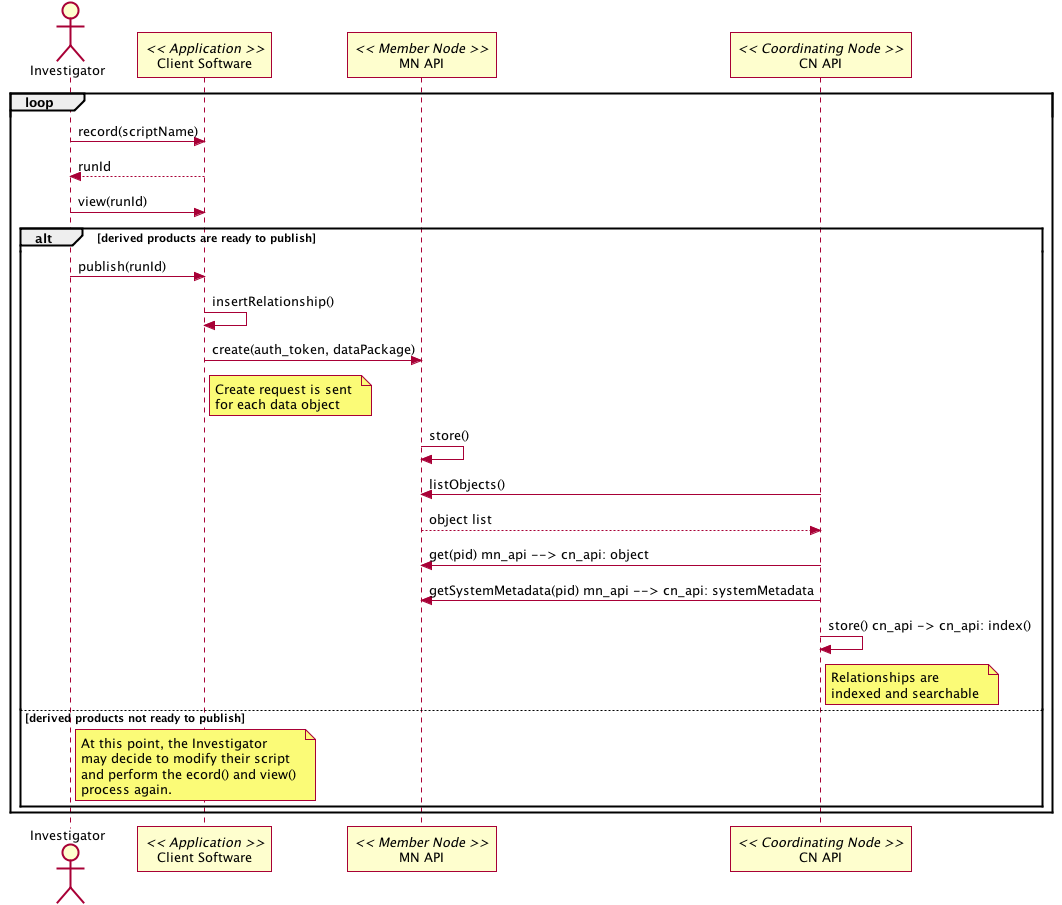
Earlier version of the PlantUML export docs/use-cases/provenance/images/41_seq.png (DataONEorg/sem-prov-design).
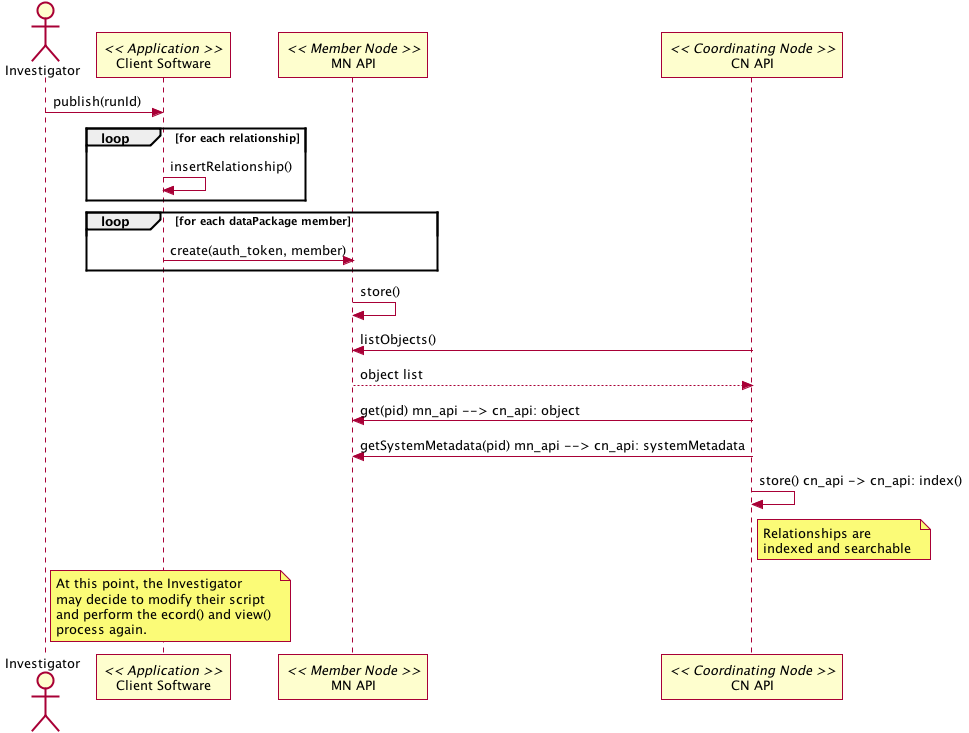
After the commit.

Commit message:
Update the UC 41 sequence diagram to reflect the publishing focus of the use case.

Change to the diagram source:
```diff
@@ -3,18 +3,13 @@
     participant "Client Software" as app_client << Application >>
     participant "MN API" as mn_api << Member Node >>
     participant "CN API" as cn_api << Coordinating Node >>
-    loop
-    Investigator -> app_client: record(scriptName)
-    app_client --> Investigator: runId
-    Investigator -> app_client: view(runId)
-    alt derived products are ready to publish
     Investigator -> app_client: publish(runId)
-    app_client -> app_client: insertRelationship()
-    app_client -> mn_api: create(auth_token, dataPackage)
-    note right of app_client
-    Create request is sent
-    for each data object
-    end note
+    loop for each relationship
+        app_client -> app_client: insertRelationship()
+    end
+    loop for each dataPackage member
+        app_client -> mn_api: create(auth_token, member)
+    end
     mn_api -> mn_api: store()
     cn_api -> mn_api: listObjects()
     mn_api --> cn_api: object list
@@ -22,16 +17,13 @@
     cn_api -> mn_api: getSystemMetadata(pid) mn_api --> cn_api: systemMetadata
     cn_api -> cn_api: store() cn_api -> cn_api: index()
     note right of cn_api
-    Relationships are
-    indexed and searchable
+        Relationships are
+        indexed and searchable
     end note
-    else derived products not ready to publish
     note right of Investigator
-    At this point, the Investigator
-    may decide to modify their script
-    and perform the ecord() and view()
-    process again.
+        At this point, the Investigator
+        may decide to modify their script
+        and perform the ecord() and view()
+        process again.
     end note
-    end
-    end
 @enduml
```
